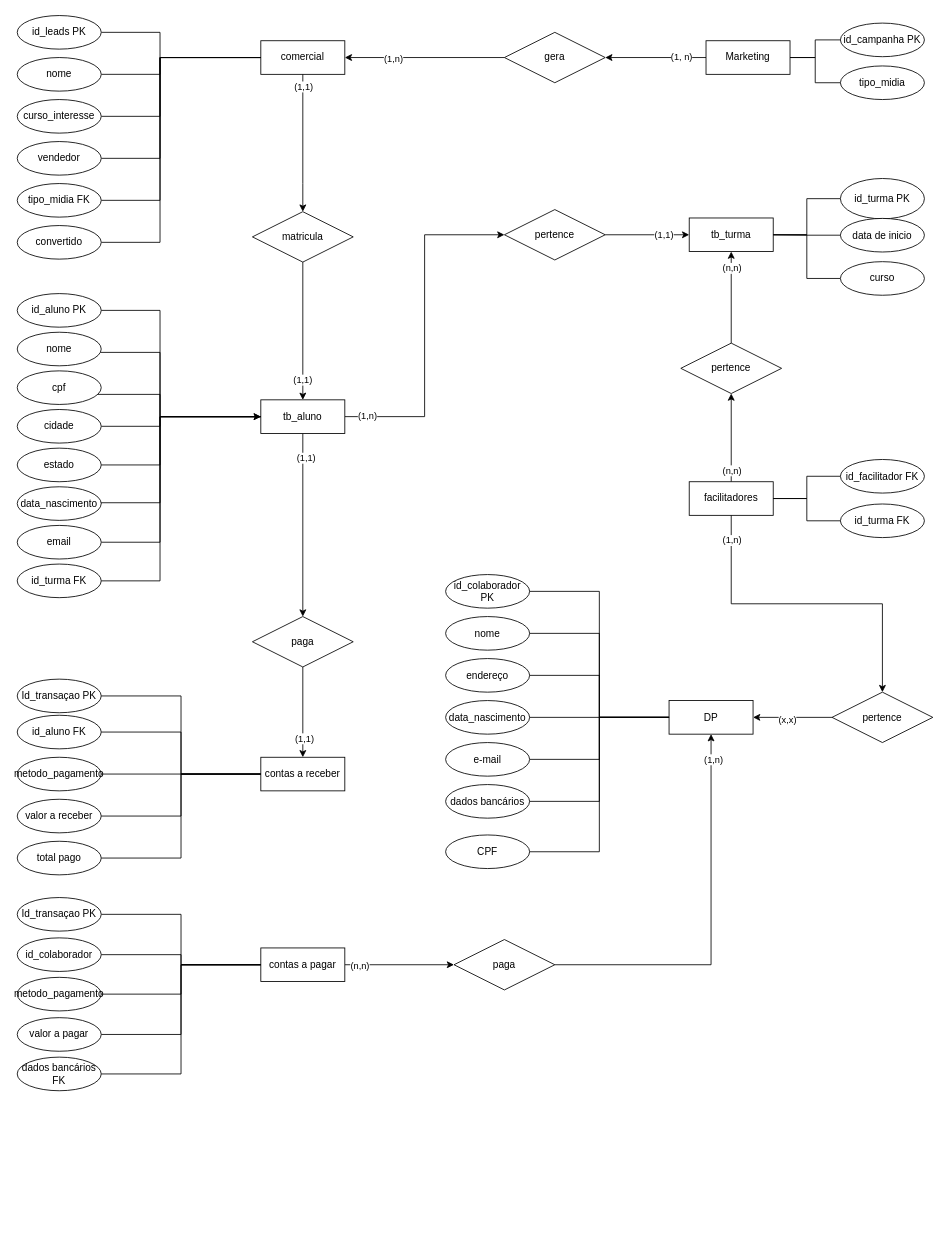
Earlier version of the draw.io diagram diagrama_grupo_todo.drawio (brunnabrito/projeto_modulo3_resilia_grupo1). Source tidied: cells renumbered, new cells numbered last; positions are measured from the earlier drawing's top-left corner, leaving out a move shared by most shapes. Both pictures are drawn from the tidied source at 84%, with x=0, y=0 at pixel (17, 15).
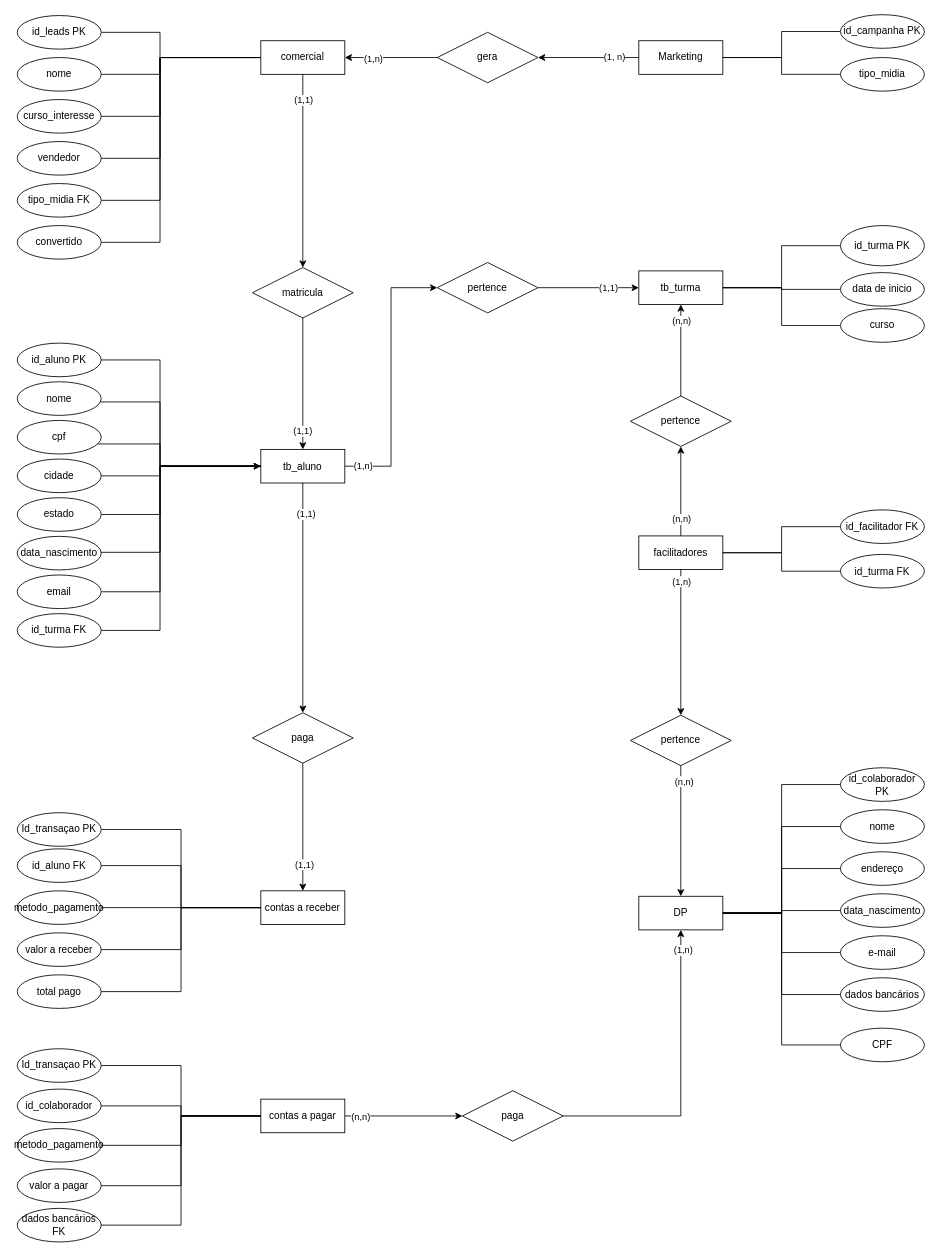
After the change.

Unchanged cells that the change refers to:
```xml
<mxCell id="29" style="edgeStyle=orthogonalEdgeStyle;rounded=0;jettySize=auto;html=1;entryX=0.5;entryY=1;entryDx=0;entryDy=0;exitX=0.5;exitY=0;exitDx=0;exitDy=0;" parent="1" edge="1" source="31" target="114">
  <mxGeometry relative="1" as="geometry" />
</mxCell>
<mxCell id="96" style="edgeStyle=orthogonalEdgeStyle;rounded=0;jettySize=auto;html=1;entryX=0.5;entryY=1;entryDx=0;entryDy=0;startArrow=classic;startFill=1;endArrow=none;endFill=0;exitX=0.5;exitY=0;exitDx=0;exitDy=0;" parent="1" edge="1" source="100" target="31">
  <mxGeometry relative="1" as="geometry" />
</mxCell>
<mxCell id="98" style="edgeStyle=orthogonalEdgeStyle;rounded=0;jettySize=auto;html=1;" parent="1" edge="1" source="100" target="43">
  <mxGeometry relative="1" as="geometry" />
</mxCell>
```

Diff of the diagram source:
```diff
@@
     <mxCell id="6" value="tb_aluno" style="whiteSpace=wrap;html=1;align=center;" parent="1" vertex="1">
-      <mxGeometry x="290" y="457.5" width="100" height="40" as="geometry" />
+      <mxGeometry x="290" y="516.5" width="100" height="40" as="geometry" />
     </mxCell>
     <mxCell id="7" style="edgeStyle=orthogonalEdgeStyle;rounded=0;jettySize=auto;html=1;entryX=0;entryY=0.5;entryDx=0;entryDy=0;endArrow=none;endFill=0;" parent="1" edge="1" source="8" target="6">
       <mxGeometry relative="1" as="geometry">
         <Array as="points">
-          <mxPoint x="170" y="351" />
-          <mxPoint x="170" y="478" />
+          <mxPoint x="170" y="410" />
+          <mxPoint x="170" y="537" />
         </Array>
       </mxGeometry>
     </mxCell>
     <mxCell id="8" value="id_aluno PK" style="ellipse;whiteSpace=wrap;html=1;align=center;" parent="1" vertex="1">
-      <mxGeometry y="331" width="100" height="40" as="geometry" />
+      <mxGeometry y="390" width="100" height="40" as="geometry" />
     </mxCell>
     <mxCell id="9" style="edgeStyle=orthogonalEdgeStyle;rounded=0;jettySize=auto;html=1;entryX=0;entryY=0.5;entryDx=0;entryDy=0;endArrow=none;endFill=0;" parent="1" edge="1" source="10" target="6">
       <mxGeometry relative="1" as="geometry">
         <Array as="points">
-          <mxPoint x="170" y="401" />
-          <mxPoint x="170" y="478" />
+          <mxPoint x="170" y="460" />
+          <mxPoint x="170" y="537" />
         </Array>
       </mxGeometry>
     </mxCell>
     <mxCell id="10" value="nome" style="ellipse;whiteSpace=wrap;html=1;align=center;" parent="1" vertex="1">
-      <mxGeometry y="377" width="100" height="40" as="geometry" />
+      <mxGeometry y="436" width="100" height="40" as="geometry" />
     </mxCell>
     <mxCell id="11" style="edgeStyle=orthogonalEdgeStyle;rounded=0;jettySize=auto;html=1;entryX=0;entryY=0.5;entryDx=0;entryDy=0;endArrow=none;endFill=0;" parent="1" edge="1" source="12" target="6">
       <mxGeometry relative="1" as="geometry">
         <Array as="points">
-          <mxPoint x="170" y="451" />
-          <mxPoint x="170" y="478" />
+          <mxPoint x="170" y="510" />
+          <mxPoint x="170" y="537" />
         </Array>
       </mxGeometry>
     </mxCell>
     <mxCell id="12" value="cpf" style="ellipse;whiteSpace=wrap;html=1;align=center;" parent="1" vertex="1">
-      <mxGeometry y="423" width="100" height="40" as="geometry" />
+      <mxGeometry y="482" width="100" height="40" as="geometry" />
     </mxCell>
     <mxCell id="13" style="edgeStyle=orthogonalEdgeStyle;rounded=0;jettySize=auto;html=1;entryX=0;entryY=0.5;entryDx=0;entryDy=0;endArrow=none;endFill=0;exitX=1;exitY=0.5;exitDx=0;exitDy=0;" parent="1" edge="1" source="14" target="6">
       <mxGeometry relative="1" as="geometry">
         <Array as="points">
-          <mxPoint x="170" y="489" />
-          <mxPoint x="170" y="478" />
+          <mxPoint x="170" y="548" />
+          <mxPoint x="170" y="537" />
         </Array>
       </mxGeometry>
     </mxCell>
     <mxCell id="14" value="cidade" style="ellipse;whiteSpace=wrap;html=1;align=center;" parent="1" vertex="1">
-      <mxGeometry y="469" width="100" height="40" as="geometry" />
+      <mxGeometry y="528" width="100" height="40" as="geometry" />
     </mxCell>
     <mxCell id="15" style="edgeStyle=orthogonalEdgeStyle;rounded=0;jettySize=auto;html=1;entryX=0;entryY=0.5;entryDx=0;entryDy=0;endArrow=none;endFill=0;" parent="1" edge="1" source="16" target="6">
       <mxGeometry relative="1" as="geometry">
         <Array as="points">
-          <mxPoint x="170" y="535" />
-          <mxPoint x="170" y="478" />
+          <mxPoint x="170" y="594" />
+          <mxPoint x="170" y="537" />
         </Array>
       </mxGeometry>
     </mxCell>
     <mxCell id="16" value="estado" style="ellipse;whiteSpace=wrap;html=1;align=center;" parent="1" vertex="1">
-      <mxGeometry y="515" width="100" height="40" as="geometry" />
+      <mxGeometry y="574" width="100" height="40" as="geometry" />
     </mxCell>
     <mxCell id="17" style="edgeStyle=orthogonalEdgeStyle;rounded=0;jettySize=auto;html=1;entryX=0;entryY=0.5;entryDx=0;entryDy=0;endArrow=none;endFill=0;exitX=1;exitY=0.5;exitDx=0;exitDy=0;" parent="1" edge="1" source="18" target="6">
       <mxGeometry relative="1" as="geometry">
         <Array as="points">
-          <mxPoint x="170" y="580" />
-          <mxPoint x="170" y="478" />
+          <mxPoint x="170" y="639" />
+          <mxPoint x="170" y="537" />
         </Array>
       </mxGeometry>
     </mxCell>
     <mxCell id="18" value="data_nascimento" style="ellipse;whiteSpace=wrap;html=1;align=center;" parent="1" vertex="1">
-      <mxGeometry y="561" width="100" height="40" as="geometry" />
+      <mxGeometry y="620" width="100" height="40" as="geometry" />
     </mxCell>
     <mxCell id="19" value="tb_turma" style="whiteSpace=wrap;html=1;align=center;" parent="1" vertex="1">
-      <mxGeometry x="800" y="241" width="100" height="40" as="geometry" />
+      <mxGeometry x="740" y="304" width="100" height="40" as="geometry" />
     </mxCell>
@@
-    <mxCell id="21" value="id_turma PK" style="ellipse;whiteSpace=wrap;html=1;align=center;flipV=1;" parent="1" vertex="1">
-      <mxGeometry x="980" y="194" width="100" height="48" as="geometry" />
+    <mxCell id="21" value="id_turma PK" style="ellipse;whiteSpace=wrap;html=1;align=center;flipV=0;" parent="1" vertex="1">
+      <mxGeometry x="980" y="250" width="100" height="48" as="geometry" />
     </mxCell>
@@
-    <mxCell id="23" value="data de inicio" style="ellipse;whiteSpace=wrap;html=1;align=center;flipV=1;" parent="1" vertex="1">
-      <mxGeometry x="980" y="241.5" width="100" height="40" as="geometry" />
+    <mxCell id="23" value="data de inicio" style="ellipse;whiteSpace=wrap;html=1;align=center;flipV=0;" parent="1" vertex="1">
+      <mxGeometry x="980" y="306" width="100" height="40" as="geometry" />
     </mxCell>
@@
-    <mxCell id="25" value="curso" style="ellipse;whiteSpace=wrap;html=1;align=center;flipV=1;" parent="1" vertex="1">
-      <mxGeometry x="980" y="293" width="100" height="40" as="geometry" />
+    <mxCell id="25" value="curso" style="ellipse;whiteSpace=wrap;html=1;align=center;flipV=0;" parent="1" vertex="1">
+      <mxGeometry x="980" y="349" width="100" height="40" as="geometry" />
     </mxCell>
@@
     <mxCell id="28" value="pertence" style="shape=rhombus;perimeter=rhombusPerimeter;whiteSpace=wrap;html=1;align=center;" parent="1" vertex="1">
-      <mxGeometry x="580" y="231" width="120" height="60" as="geometry" />
+      <mxGeometry x="500" y="294" width="120" height="60" as="geometry" />
     </mxCell>
@@
     <mxCell id="30" value="(n,n)" style="edgeLabel;html=1;align=center;verticalAlign=middle;" parent="29" vertex="1">
-      <mxGeometry x="-0.73" relative="1" as="geometry" />
+      <mxGeometry x="-0.73" relative="1" as="geometry">
+        <mxPoint y="-6" as="offset" />
+      </mxGeometry>
     </mxCell>
     <mxCell id="31" value="facilitadores" style="whiteSpace=wrap;html=1;align=center;" parent="1" vertex="1">
-      <mxGeometry x="800" y="555" width="100" height="40" as="geometry" />
+      <mxGeometry x="740" y="619.5" width="100" height="40" as="geometry" />
     </mxCell>
@@
     <mxCell id="33" value="id_facilitador FK" style="ellipse;whiteSpace=wrap;html=1;align=center;" parent="1" vertex="1">
-      <mxGeometry x="980" y="528.5" width="100" height="40" as="geometry" />
+      <mxGeometry x="980" y="588.5" width="100" height="40" as="geometry" />
     </mxCell>
@@
     <mxCell id="35" value="id_turma FK" style="ellipse;whiteSpace=wrap;html=1;align=center;" parent="1" vertex="1">
-      <mxGeometry x="980" y="581.5" width="100" height="40" as="geometry" />
+      <mxGeometry x="980" y="641.5" width="100" height="40" as="geometry" />
     </mxCell>
     <mxCell id="36" value="id_colaborador PK" style="ellipse;whiteSpace=wrap;html=1;align=center;" parent="1" vertex="1">
-      <mxGeometry x="510" y="665.5" width="100" height="40" as="geometry" />
+      <mxGeometry x="980" y="895.5" width="100" height="40" as="geometry" />
     </mxCell>
     <mxCell id="37" value="nome" style="ellipse;whiteSpace=wrap;html=1;align=center;" parent="1" vertex="1">
-      <mxGeometry x="510" y="715.5" width="100" height="40" as="geometry" />
+      <mxGeometry x="980" y="945.5" width="100" height="40" as="geometry" />
     </mxCell>
     <mxCell id="38" value="endereço" style="ellipse;whiteSpace=wrap;html=1;align=center;" parent="1" vertex="1">
-      <mxGeometry x="510" y="765.5" width="100" height="40" as="geometry" />
+      <mxGeometry x="980" y="995.5" width="100" height="40" as="geometry" />
     </mxCell>
     <mxCell id="39" value="data_nascimento" style="ellipse;whiteSpace=wrap;html=1;align=center;" parent="1" vertex="1">
-      <mxGeometry x="510" y="815.5" width="100" height="40" as="geometry" />
+      <mxGeometry x="980" y="1045.5" width="100" height="40" as="geometry" />
     </mxCell>
-    <mxCell id="40" style="edgeStyle=orthogonalEdgeStyle;rounded=0;jettySize=auto;html=1;entryX=0;entryY=0.5;entryDx=0;entryDy=0;endArrow=none;endFill=0;" parent="1" edge="1" source="41" target="43">
+    <mxCell id="40" style="edgeStyle=orthogonalEdgeStyle;rounded=0;jettySize=auto;html=1;entryX=1;entryY=0.5;entryDx=0;entryDy=0;endArrow=none;endFill=0;" parent="1" edge="1" source="41" target="43">
       <mxGeometry relative="1" as="geometry" />
     </mxCell>
     <mxCell id="41" value="e-mail" style="ellipse;whiteSpace=wrap;html=1;align=center;" parent="1" vertex="1">
-      <mxGeometry x="510" y="865.5" width="100" height="40" as="geometry" />
+      <mxGeometry x="980" y="1095.5" width="100" height="40" as="geometry" />
     </mxCell>
     <mxCell id="42" value="dados bancários" style="ellipse;whiteSpace=wrap;html=1;align=center;" parent="1" vertex="1">
-      <mxGeometry x="510" y="915.5" width="100" height="40" as="geometry" />
+      <mxGeometry x="980" y="1145.5" width="100" height="40" as="geometry" />
     </mxCell>
     <mxCell id="43" value="DP" style="whiteSpace=wrap;html=1;align=center;" parent="1" vertex="1">
-      <mxGeometry x="776" y="815.5" width="100" height="40" as="geometry" />
+      <mxGeometry x="740" y="1048.5" width="100" height="40" as="geometry" />
     </mxCell>
-    <mxCell id="44" style="edgeStyle=orthogonalEdgeStyle;rounded=0;jettySize=auto;html=1;entryX=0;entryY=0.5;entryDx=0;entryDy=0;exitX=1;exitY=0.5;exitDx=0;exitDy=0;endArrow=none;endFill=0;" parent="1" edge="1" source="38" target="43">
+    <mxCell id="44" style="edgeStyle=orthogonalEdgeStyle;rounded=0;jettySize=auto;html=1;entryX=1;entryY=0.5;entryDx=0;entryDy=0;exitX=0;exitY=0.5;exitDx=0;exitDy=0;endArrow=none;endFill=0;" parent="1" edge="1" source="38" target="43">
       <mxGeometry relative="1" as="geometry" />
     </mxCell>
-    <mxCell id="45" style="edgeStyle=orthogonalEdgeStyle;rounded=0;jettySize=auto;html=1;entryX=0;entryY=0.5;entryDx=0;entryDy=0;exitX=1;exitY=0.5;exitDx=0;exitDy=0;endArrow=none;endFill=0;" parent="1" edge="1" source="37" target="43">
+    <mxCell id="45" style="edgeStyle=orthogonalEdgeStyle;rounded=0;jettySize=auto;html=1;entryX=1;entryY=0.5;entryDx=0;entryDy=0;exitX=0;exitY=0.5;exitDx=0;exitDy=0;endArrow=none;endFill=0;" parent="1" edge="1" source="37" target="43">
       <mxGeometry relative="1" as="geometry" />
     </mxCell>
-    <mxCell id="46" style="edgeStyle=orthogonalEdgeStyle;rounded=0;jettySize=auto;html=1;entryX=0;entryY=0.5;entryDx=0;entryDy=0;exitX=1;exitY=0.5;exitDx=0;exitDy=0;endArrow=none;endFill=0;" parent="1" edge="1" source="36" target="43">
+    <mxCell id="46" style="edgeStyle=orthogonalEdgeStyle;rounded=0;jettySize=auto;html=1;entryX=1;entryY=0.5;entryDx=0;entryDy=0;exitX=0;exitY=0.5;exitDx=0;exitDy=0;endArrow=none;endFill=0;" parent="1" edge="1" source="36" target="43">
       <mxGeometry relative="1" as="geometry" />
     </mxCell>
-    <mxCell id="47" style="edgeStyle=orthogonalEdgeStyle;rounded=0;jettySize=auto;html=1;entryX=0;entryY=0.5;entryDx=0;entryDy=0;exitX=1;exitY=0.5;exitDx=0;exitDy=0;endArrow=none;endFill=0;" parent="1" edge="1" source="39" target="43">
+    <mxCell id="47" style="edgeStyle=orthogonalEdgeStyle;rounded=0;jettySize=auto;html=1;entryX=1;entryY=0.5;entryDx=0;entryDy=0;exitX=0;exitY=0.5;exitDx=0;exitDy=0;endArrow=none;endFill=0;" parent="1" edge="1" source="39" target="43">
       <mxGeometry relative="1" as="geometry" />
     </mxCell>
-    <mxCell id="48" style="edgeStyle=orthogonalEdgeStyle;rounded=0;jettySize=auto;html=1;entryX=0;entryY=0.5;entryDx=0;entryDy=0;exitX=1;exitY=0.5;exitDx=0;exitDy=0;endArrow=none;endFill=0;" parent="1" edge="1" source="42" target="43">
+    <mxCell id="48" style="edgeStyle=orthogonalEdgeStyle;rounded=0;jettySize=auto;html=1;entryX=1;entryY=0.5;entryDx=0;entryDy=0;exitX=0;exitY=0.5;exitDx=0;exitDy=0;endArrow=none;endFill=0;" parent="1" edge="1" source="42" target="43">
       <mxGeometry relative="1" as="geometry" />
     </mxCell>
-    <mxCell id="49" style="edgeStyle=orthogonalEdgeStyle;rounded=0;jettySize=auto;html=1;entryX=0;entryY=0.5;entryDx=0;entryDy=0;endArrow=none;endFill=0;" parent="1" edge="1" source="50" target="43">
+    <mxCell id="49" style="edgeStyle=orthogonalEdgeStyle;rounded=0;jettySize=auto;html=1;entryX=1;entryY=0.5;entryDx=0;entryDy=0;endArrow=none;endFill=0;" parent="1" edge="1" source="50" target="43">
       <mxGeometry relative="1" as="geometry" />
     </mxCell>
     <mxCell id="50" value="CPF" style="ellipse;whiteSpace=wrap;html=1;align=center;" parent="1" vertex="1">
-      <mxGeometry x="510" y="975.5" width="100" height="40" as="geometry" />
+      <mxGeometry x="980" y="1205.5" width="100" height="40" as="geometry" />
     </mxCell>
     <mxCell id="51" value="contas a receber" style="whiteSpace=wrap;html=1;align=center;" parent="1" vertex="1">
-      <mxGeometry x="290" y="883" width="100" height="40" as="geometry" />
+      <mxGeometry x="290" y="1042" width="100" height="40" as="geometry" />
     </mxCell>
@@
     <mxCell id="53" value="id_aluno FK" style="ellipse;whiteSpace=wrap;html=1;align=center;" parent="1" vertex="1">
-      <mxGeometry y="833" width="100" height="40" as="geometry" />
+      <mxGeometry y="992" width="100" height="40" as="geometry" />
     </mxCell>
@@
     <mxCell id="55" value="metodo_pagamento" style="ellipse;whiteSpace=wrap;html=1;align=center;" parent="1" vertex="1">
-      <mxGeometry y="883" width="100" height="40" as="geometry" />
+      <mxGeometry y="1042" width="100" height="40" as="geometry" />
     </mxCell>
@@
     <mxCell id="57" value="valor a receber" style="ellipse;whiteSpace=wrap;html=1;align=center;" parent="1" vertex="1">
-      <mxGeometry y="933" width="100" height="40" as="geometry" />
+      <mxGeometry y="1092" width="100" height="40" as="geometry" />
     </mxCell>
@@
     <mxCell id="59" value="total pago" style="ellipse;whiteSpace=wrap;html=1;align=center;" parent="1" vertex="1">
-      <mxGeometry y="983" width="100" height="40" as="geometry" />
+      <mxGeometry y="1142" width="100" height="40" as="geometry" />
     </mxCell>
@@
     <mxCell id="61" value="Id_transaçao PK" style="ellipse;whiteSpace=wrap;html=1;align=center;" parent="1" vertex="1">
-      <mxGeometry y="790" width="100" height="40" as="geometry" />
+      <mxGeometry y="949" width="100" height="40" as="geometry" />
     </mxCell>
@@
     <mxCell id="64" value="contas a pagar" style="whiteSpace=wrap;html=1;align=center;" parent="1" vertex="1">
-      <mxGeometry x="290" y="1110" width="100" height="40" as="geometry" />
+      <mxGeometry x="290" y="1290" width="100" height="40" as="geometry" />
     </mxCell>
@@
     <mxCell id="66" value="id_colaborador" style="ellipse;whiteSpace=wrap;html=1;align=center;" parent="1" vertex="1">
-      <mxGeometry y="1098" width="100" height="40" as="geometry" />
+      <mxGeometry y="1278" width="100" height="40" as="geometry" />
     </mxCell>
@@
     <mxCell id="68" value="metodo_pagamento" style="ellipse;whiteSpace=wrap;html=1;align=center;" parent="1" vertex="1">
-      <mxGeometry y="1145" width="100" height="40" as="geometry" />
+      <mxGeometry y="1325" width="100" height="40" as="geometry" />
     </mxCell>
@@
     <mxCell id="70" value="valor a pagar" style="ellipse;whiteSpace=wrap;html=1;align=center;" parent="1" vertex="1">
-      <mxGeometry y="1193" width="100" height="40" as="geometry" />
+      <mxGeometry y="1373" width="100" height="40" as="geometry" />
     </mxCell>
@@
     <mxCell id="72" value="Id_transaçao PK" style="ellipse;whiteSpace=wrap;html=1;align=center;" parent="1" vertex="1">
-      <mxGeometry y="1050" width="100" height="40" as="geometry" />
+      <mxGeometry y="1230" width="100" height="40" as="geometry" />
     </mxCell>
@@
     <mxCell id="88" value="Marketing" style="whiteSpace=wrap;html=1;align=center;" parent="1" vertex="1">
-      <mxGeometry x="820" y="30" width="100" height="40" as="geometry" />
+      <mxGeometry x="740" y="30" width="100" height="40" as="geometry" />
     </mxCell>
@@
     <mxCell id="90" value="tipo_midia" style="ellipse;whiteSpace=wrap;html=1;align=center;flipV=1;" parent="1" vertex="1">
-      <mxGeometry x="980" y="60" width="100" height="40" as="geometry" />
+      <mxGeometry x="980" y="50" width="100" height="40" as="geometry" />
     </mxCell>
@@
     <mxCell id="92" value="id_campanha PK" style="ellipse;whiteSpace=wrap;html=1;align=center;flipV=1;" parent="1" vertex="1">
-      <mxGeometry x="980" y="9" width="100" height="40" as="geometry" />
+      <mxGeometry x="980" y="-1" width="100" height="40" as="geometry" />
     </mxCell>
@@
     <mxCell id="95" value="matricula" style="shape=rhombus;perimeter=rhombusPerimeter;whiteSpace=wrap;html=1;align=center;" parent="1" vertex="1">
-      <mxGeometry x="280" y="233.5" width="120" height="60" as="geometry" />
+      <mxGeometry x="280" y="300" width="120" height="60" as="geometry" />
     </mxCell>
@@
     <mxCell id="97" value="(1,n)" style="edgeLabel;html=1;align=center;verticalAlign=middle;" parent="96" vertex="1">
       <mxGeometry x="0.58" relative="1" as="geometry">
-        <mxPoint y="-53" as="offset" />
+        <mxPoint y="-23" as="offset" />
       </mxGeometry>
     </mxCell>
@@
-    <mxCell id="99" value="(x,x)" style="edgeLabel;html=1;align=center;verticalAlign=middle;" parent="98" vertex="1">
-      <mxGeometry x="0.14" y="3" relative="1" as="geometry" />
+    <mxCell id="99" value="(n,n)" style="edgeLabel;html=1;align=center;verticalAlign=middle;" parent="98" vertex="1">
+      <mxGeometry x="0.14" y="3" relative="1" as="geometry">
+        <mxPoint y="-71" as="offset" />
+      </mxGeometry>
     </mxCell>
     <mxCell id="100" value="pertence" style="shape=rhombus;perimeter=rhombusPerimeter;whiteSpace=wrap;html=1;align=center;" parent="1" vertex="1">
-      <mxGeometry x="970" y="805.5" width="120" height="60" as="geometry" />
+      <mxGeometry x="730" y="833" width="120" height="60" as="geometry" />
     </mxCell>
@@
     <mxCell id="103" value="paga" style="shape=rhombus;perimeter=rhombusPerimeter;whiteSpace=wrap;html=1;align=center;" parent="1" vertex="1">
-      <mxGeometry x="280" y="715.5" width="120" height="60" as="geometry" />
+      <mxGeometry x="280" y="830" width="120" height="60" as="geometry" />
     </mxCell>
@@
     <mxCell id="108" value="paga" style="shape=rhombus;perimeter=rhombusPerimeter;whiteSpace=wrap;html=1;align=center;" parent="1" vertex="1">
-      <mxGeometry x="520" y="1100" width="120" height="60" as="geometry" />
+      <mxGeometry x="530" y="1280" width="120" height="60" as="geometry" />
     </mxCell>
@@
     <mxCell id="111" value="gera" style="shape=rhombus;perimeter=rhombusPerimeter;whiteSpace=wrap;html=1;align=center;" parent="1" vertex="1">
-      <mxGeometry x="580" y="20" width="120" height="60" as="geometry" />
+      <mxGeometry x="500" y="20" width="120" height="60" as="geometry" />
     </mxCell>
@@
     <mxCell id="114" value="pertence" style="shape=rhombus;perimeter=rhombusPerimeter;whiteSpace=wrap;html=1;align=center;" parent="1" vertex="1">
-      <mxGeometry x="790" y="390" width="120" height="60" as="geometry" />
+      <mxGeometry x="730" y="453" width="120" height="60" as="geometry" />
     </mxCell>
@@
     <mxCell id="116" value="dados bancários FK" style="ellipse;whiteSpace=wrap;html=1;align=center;" parent="1" vertex="1">
-      <mxGeometry y="1240" width="100" height="40" as="geometry" />
+      <mxGeometry y="1420" width="100" height="40" as="geometry" />
     </mxCell>
     <mxCell id="117" style="edgeStyle=orthogonalEdgeStyle;rounded=0;jettySize=auto;html=1;entryX=0;entryY=0.5;entryDx=0;entryDy=0;" parent="1" edge="1" source="118" target="6">
       <mxGeometry relative="1" as="geometry">
         <Array as="points">
-          <mxPoint x="170" y="627" />
-          <mxPoint x="170" y="478" />
+          <mxPoint x="170" y="686" />
+          <mxPoint x="170" y="537" />
         </Array>
       </mxGeometry>
     </mxCell>
     <mxCell id="118" value="email" style="ellipse;whiteSpace=wrap;html=1;align=center;" parent="1" vertex="1">
-      <mxGeometry y="607" width="100" height="40" as="geometry" />
+      <mxGeometry y="666" width="100" height="40" as="geometry" />
     </mxCell>
     <mxCell id="119" style="edgeStyle=orthogonalEdgeStyle;rounded=0;jettySize=auto;html=1;entryX=0;entryY=0.5;entryDx=0;entryDy=0;" parent="1" edge="1" source="120" target="6">
       <mxGeometry relative="1" as="geometry">
         <Array as="points">
-          <mxPoint x="170" y="673" />
-          <mxPoint x="170" y="478" />
+          <mxPoint x="170" y="732" />
+          <mxPoint x="170" y="537" />
         </Array>
       </mxGeometry>
     </mxCell>
     <mxCell id="120" value="id_turma FK" style="ellipse;whiteSpace=wrap;html=1;align=center;" parent="1" vertex="1">
-      <mxGeometry y="653" width="100" height="40" as="geometry" />
+      <mxGeometry y="712" width="100" height="40" as="geometry" />
     </mxCell>
```
